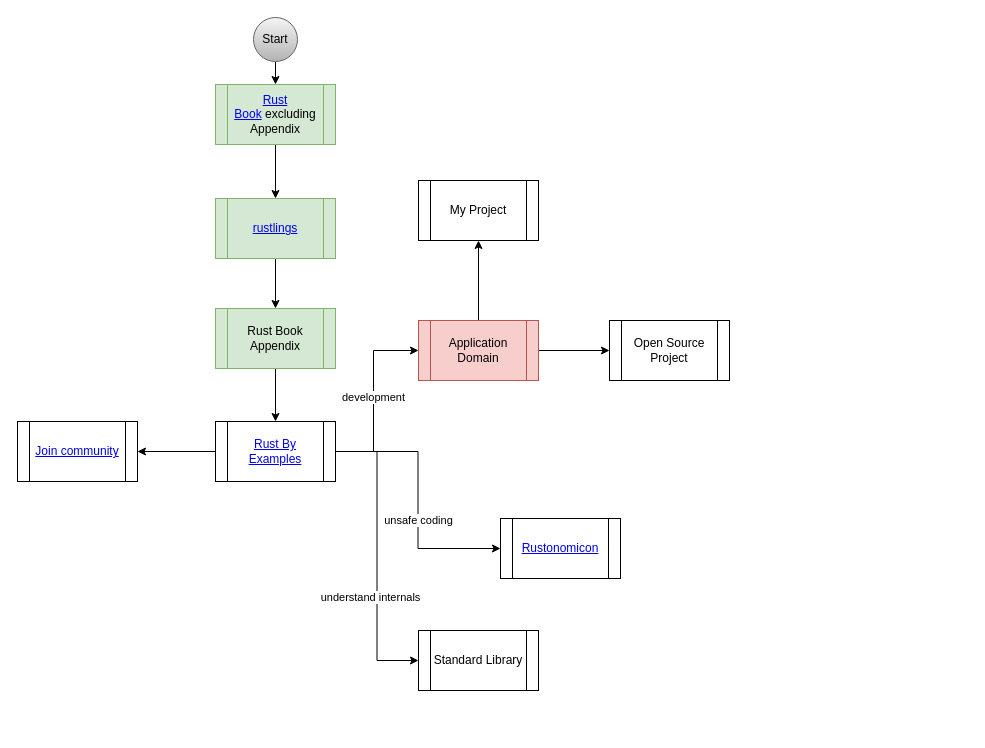
Above: learning_roadmap.drawio in gftea/rust_lang_notes (draw.io), before the change. Source tidied: cells renumbered, new cells numbered last; positions are measured from the earlier drawing's top-left corner, leaving out a move shared by most shapes. Both pictures are drawn from the tidied source at 100%, with x=0, y=0 at pixel (17, 17).
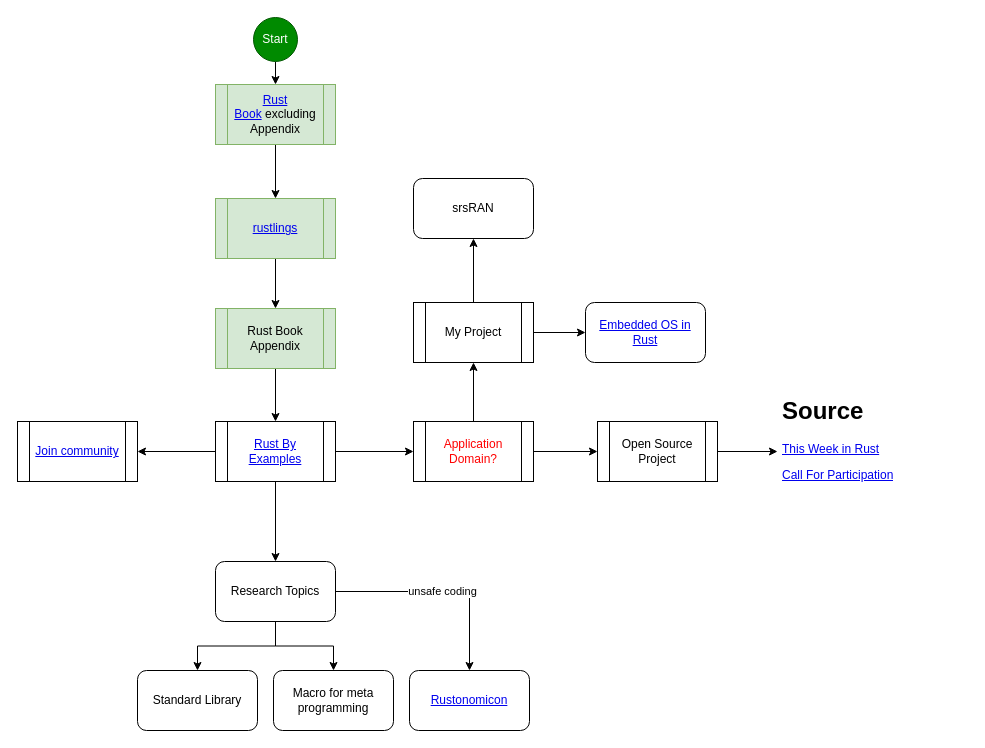
After the change.

Unchanged cells that the change refers to:
```xml
<mxCell id="12" value="&lt;a href=&quot;https://doc.rust-lang.org/stable/rust-by-example/&quot;&gt;Rust By Examples&lt;/a&gt;" style="shape=process;whiteSpace=wrap;html=1;backgroundOutline=1;" parent="1" vertex="1">
  <mxGeometry x="198" y="404" width="120" height="60" as="geometry" />
</mxCell>
<mxCell id="19" value="&lt;a href=&quot;https://www.rust-lang.org/community&quot;&gt;Join community&lt;/a&gt;" style="shape=process;whiteSpace=wrap;html=1;backgroundOutline=1;" parent="1" vertex="1">
  <mxGeometry y="404" width="120" height="60" as="geometry" />
</mxCell>
```

Diff of the diagram source:
```diff
@@
+    <mxCell id="9" style="edgeStyle=orthogonalEdgeStyle;rounded=0;jettySize=auto;html=1;" parent="1" edge="1" source="12" target="19">
+      <mxGeometry relative="1" as="geometry" />
+    </mxCell>
+    <mxCell id="24" style="edgeStyle=orthogonalEdgeStyle;rounded=0;jettySize=auto;html=1;" parent="1" edge="1" source="12" target="30">
+      <mxGeometry relative="1" as="geometry" />
+    </mxCell>
-    <mxCell id="8" value="development" style="edgeStyle=orthogonalEdgeStyle;rounded=0;jettySize=auto;html=1;entryX=0;entryY=0.5;entryDx=0;entryDy=0;" parent="1" edge="1" source="12" target="17">
-      <mxGeometry relative="1" as="geometry">
-        <Array as="points">
-          <mxPoint x="356" y="434" />
-          <mxPoint x="356" y="333" />
-        </Array>
-      </mxGeometry>
+    <mxCell id="8" style="edgeStyle=orthogonalEdgeStyle;rounded=0;jettySize=auto;html=1;" parent="1" edge="1" source="12" target="17">
+      <mxGeometry relative="1" as="geometry" />
     </mxCell>
-    <mxCell id="9" style="edgeStyle=orthogonalEdgeStyle;rounded=0;jettySize=auto;html=1;" parent="1" edge="1" source="12" target="19">
-      <mxGeometry relative="1" as="geometry" />
-    </mxCell>
-    <mxCell id="10" style="edgeStyle=orthogonalEdgeStyle;rounded=0;jettySize=auto;html=1;entryX=0;entryY=0.5;entryDx=0;entryDy=0;" parent="1" edge="1" source="12" target="23">
-      <mxGeometry relative="1" as="geometry" />
-    </mxCell>
-    <mxCell id="11" value="understand internals" style="edgeLabel;html=1;align=center;verticalAlign=middle;" parent="10" vertex="1">
-      <mxGeometry x="0.45" y="3" relative="1" as="geometry">
-        <mxPoint x="-10" y="-25" as="offset" />
-      </mxGeometry>
-    </mxCell>
@@
+    <mxCell id="25" style="edgeStyle=orthogonalEdgeStyle;rounded=0;jettySize=auto;html=1;entryX=0;entryY=0.5;entryDx=0;entryDy=0;" parent="1" edge="1" source="15" target="32">
+      <mxGeometry relative="1" as="geometry" />
+    </mxCell>
     <mxCell id="15" value="Open Source Project" style="shape=process;whiteSpace=wrap;html=1;backgroundOutline=1;" parent="1" vertex="1">
-      <mxGeometry x="592" y="303" width="120" height="60" as="geometry" />
+      <mxGeometry x="580" y="404" width="120" height="60" as="geometry" />
     </mxCell>
+    <mxCell id="26" style="edgeStyle=orthogonalEdgeStyle;rounded=0;jettySize=auto;html=1;" parent="1" edge="1" source="16" target="33">
+      <mxGeometry relative="1" as="geometry" />
+    </mxCell>
+    <mxCell id="27" style="edgeStyle=orthogonalEdgeStyle;rounded=0;jettySize=auto;html=1;" parent="1" edge="1" source="16" target="34">
+      <mxGeometry relative="1" as="geometry" />
+    </mxCell>
     <mxCell id="16" value="My Project" style="shape=process;whiteSpace=wrap;html=1;backgroundOutline=1;" parent="1" vertex="1">
-      <mxGeometry x="401" y="163" width="120" height="60" as="geometry" />
+      <mxGeometry x="396" y="285" width="120" height="60" as="geometry" />
     </mxCell>
-    <mxCell id="17" value="Application Domain" style="shape=process;whiteSpace=wrap;html=1;backgroundOutline=1;fillColor=#f8cecc;strokeColor=#b85450;" parent="1" vertex="1">
-      <mxGeometry x="401" y="303" width="120" height="60" as="geometry" />
+    <mxCell id="17" value="&lt;font color=&quot;#ff0000&quot;&gt;Application Domain?&lt;/font&gt;" style="shape=process;whiteSpace=wrap;html=1;backgroundOutline=1;" parent="1" vertex="1">
+      <mxGeometry x="396" y="404" width="120" height="60" as="geometry" />
     </mxCell>
-    <mxCell id="18" value="unsafe coding" style="edgeStyle=orthogonalEdgeStyle;rounded=0;jettySize=auto;html=1;exitX=1;exitY=0.5;exitDx=0;exitDy=0;entryX=0;entryY=0.5;entryDx=0;entryDy=0;" parent="1" edge="1" source="12" target="20">
-      <mxGeometry x="0.15" relative="1" as="geometry" />
-    </mxCell>
@@
-    <mxCell id="20" value="&lt;a href=&quot;https://doc.rust-lang.org/nomicon/&quot;&gt;Rustonomicon&lt;/a&gt;" style="shape=process;whiteSpace=wrap;html=1;backgroundOutline=1;" parent="1" vertex="1">
-      <mxGeometry x="483" y="501" width="120" height="60" as="geometry" />
-    </mxCell>
@@
-    <mxCell id="22" value="Start" style="ellipse;whiteSpace=wrap;html=1;fillColor=#f5f5f5;gradientColor=#b3b3b3;strokeColor=#666666;" parent="1" vertex="1">
+    <mxCell id="22" value="Start" style="ellipse;whiteSpace=wrap;html=1;fillColor=#008a00;strokeColor=#005700;fontColor=#ffffff;" parent="1" vertex="1">
       <mxGeometry x="236" width="44" height="44" as="geometry" />
     </mxCell>
+    <mxCell id="28" style="edgeStyle=orthogonalEdgeStyle;rounded=0;jettySize=auto;html=1;" parent="1" edge="1" source="30" target="23">
+      <mxGeometry relative="1" as="geometry" />
+    </mxCell>
+    <mxCell id="29" style="edgeStyle=orthogonalEdgeStyle;rounded=0;jettySize=auto;html=1;" parent="1" edge="1" source="30" target="31">
+      <mxGeometry relative="1" as="geometry" />
+    </mxCell>
+    <mxCell id="18" value="unsafe coding" style="edgeStyle=orthogonalEdgeStyle;rounded=0;jettySize=auto;html=1;" parent="1" edge="1" source="30" target="20">
+      <mxGeometry relative="1" as="geometry" />
+    </mxCell>
+    <mxCell id="30" value="Research Topics" style="rounded=1;whiteSpace=wrap;html=1;" parent="1" vertex="1">
+      <mxGeometry x="198" y="544" width="120" height="60" as="geometry" />
+    </mxCell>
-    <mxCell id="23" value="Standard Library" style="shape=process;whiteSpace=wrap;html=1;backgroundOutline=1;" parent="1" vertex="1">
-      <mxGeometry x="401" y="613" width="120" height="60" as="geometry" />
+    <mxCell id="23" value="Standard Library" style="rounded=1;whiteSpace=wrap;html=1;" parent="1" vertex="1">
+      <mxGeometry x="120" y="653" width="120" height="60" as="geometry" />
     </mxCell>
+    <mxCell id="31" value="Macro for meta programming" style="rounded=1;whiteSpace=wrap;html=1;" parent="1" vertex="1">
+      <mxGeometry x="256" y="653" width="120" height="60" as="geometry" />
+    </mxCell>
+    <mxCell id="20" value="&lt;a style=&quot;&quot; href=&quot;https://doc.rust-lang.org/nomicon/&quot;&gt;Rustonomicon&lt;/a&gt;" style="whiteSpace=wrap;html=1;rounded=1;" parent="1" vertex="1">
+      <mxGeometry x="392" y="653" width="120" height="60" as="geometry" />
+    </mxCell>
+    <mxCell id="32" value="&lt;h1&gt;Source&lt;/h1&gt;&lt;p&gt;&lt;a href=&quot;https://this-week-in-rust.org/&quot;&gt;This Week in Rust&lt;/a&gt;&lt;/p&gt;&lt;p&gt;&lt;a href=&quot;https://users.rust-lang.org/t/twir-call-for-participation/4821&quot;&gt;Call For Participation&lt;/a&gt;&lt;/p&gt;" style="text;html=1;strokeColor=none;fillColor=none;spacing=5;spacingTop=-20;whiteSpace=wrap;overflow=hidden;rounded=0;" parent="1" vertex="1">
+      <mxGeometry x="760" y="374" width="190" height="120" as="geometry" />
+    </mxCell>
+    <mxCell id="33" value="srsRAN" style="rounded=1;whiteSpace=wrap;html=1;" parent="1" vertex="1">
+      <mxGeometry x="396" y="161" width="120" height="60" as="geometry" />
+    </mxCell>
+    <mxCell id="34" value="&lt;a href=&quot;https://github.com/rust-embedded/rust-raspberrypi-OS-tutorials&quot;&gt;Embedded OS in Rust&lt;/a&gt;" style="rounded=1;whiteSpace=wrap;html=1;" parent="1" vertex="1">
+      <mxGeometry x="568" y="285" width="120" height="60" as="geometry" />
+    </mxCell>
```
